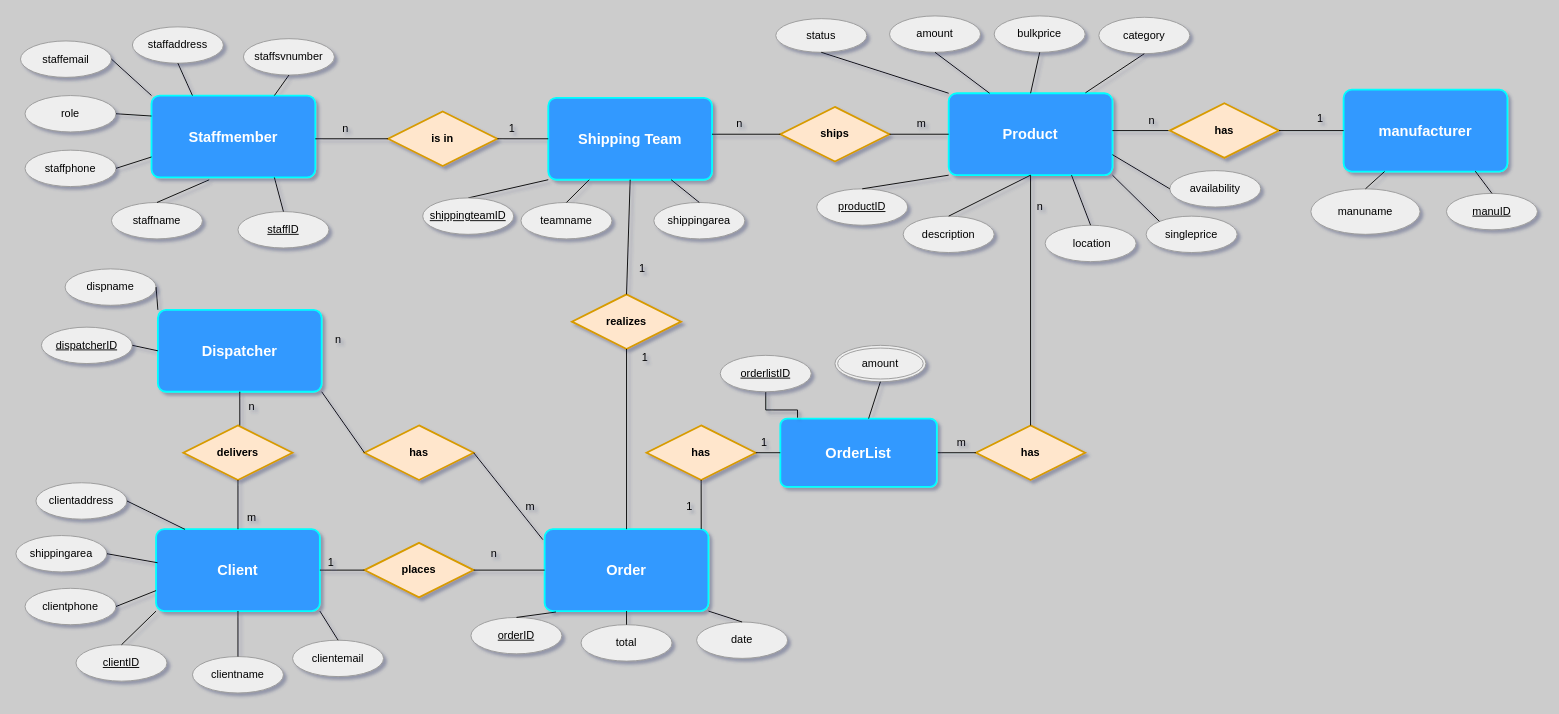
Before: re_diagram.drawio in CodeFactoryWien/WF-Java-05, a draw.io diagram. Source tidied: cells renumbered, new cells numbered last; positions are measured from the earlier drawing's top-left corner, leaving out a move shared by most shapes. Both pictures are drawn from the tidied source at 91%, with x=0, y=0 at pixel (15, 15).
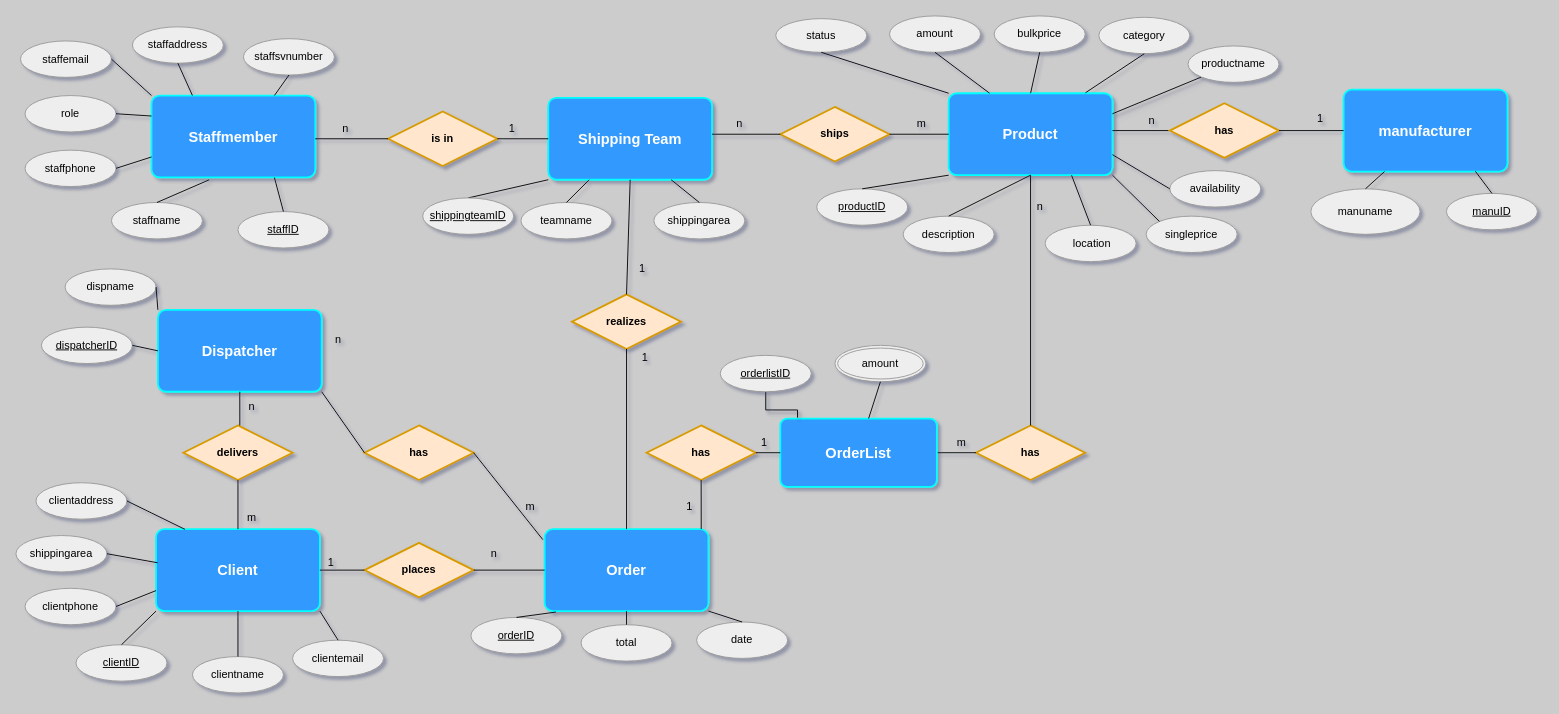
After the change.

Unchanged cells that the change refers to:
```xml
<mxCell id="2" value="Product" style="rounded=1;arcSize=10;whiteSpace=wrap;html=1;align=center;strokeColor=#00FFFF;strokeWidth=2;fillColor=#3399FF;gradientColor=none;glass=0;shadow=0;comic=0;fontStyle=1;fontSize=16;fontColor=#FFFFFF;fixDash=0;" parent="1" vertex="1">
  <mxGeometry x="1025" y="85" width="180" height="90" as="geometry" />
</mxCell>
```

What changed in the source:
```diff
@@
+    <mxCell id="123" style="rounded=0;jettySize=auto;html=1;exitX=0;exitY=1;exitDx=0;exitDy=0;entryX=1;entryY=0.25;entryDx=0;entryDy=0;shadow=1;endArrow=none;endFill=0;fontSize=16;fontColor=#FFFFFF;" parent="1" edge="1" source="124" target="2">
+      <mxGeometry relative="1" as="geometry" />
+    </mxCell>
+    <mxCell id="124" value="productname" style="ellipse;whiteSpace=wrap;html=1;align=center;shadow=0;strokeColor=#999999;fillColor=#eeeeee;fixDash=0;" parent="1" vertex="1">
+      <mxGeometry x="1288" y="33" width="100" height="40" as="geometry" />
+    </mxCell>
```
